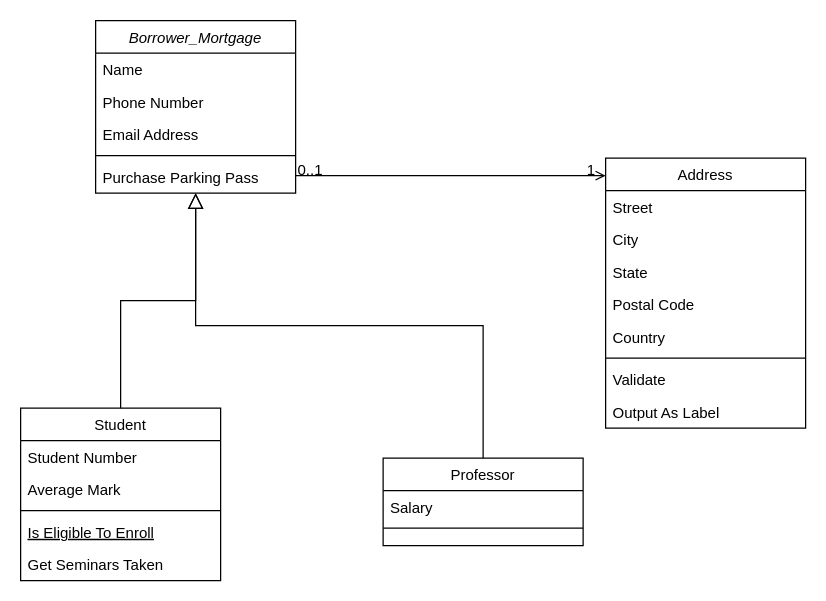
zahed3795/AI_QA_Testing keeps this draw.io diagram as Untitled Diagram.drawio. Above is the earlier version. Source tidied: cells renumbered, new cells numbered last; positions are measured from the earlier drawing's top-left corner, leaving out a move shared by most shapes. Both pictures are drawn from the tidied source at 125%, with x=0, y=0 at pixel (20, 20).
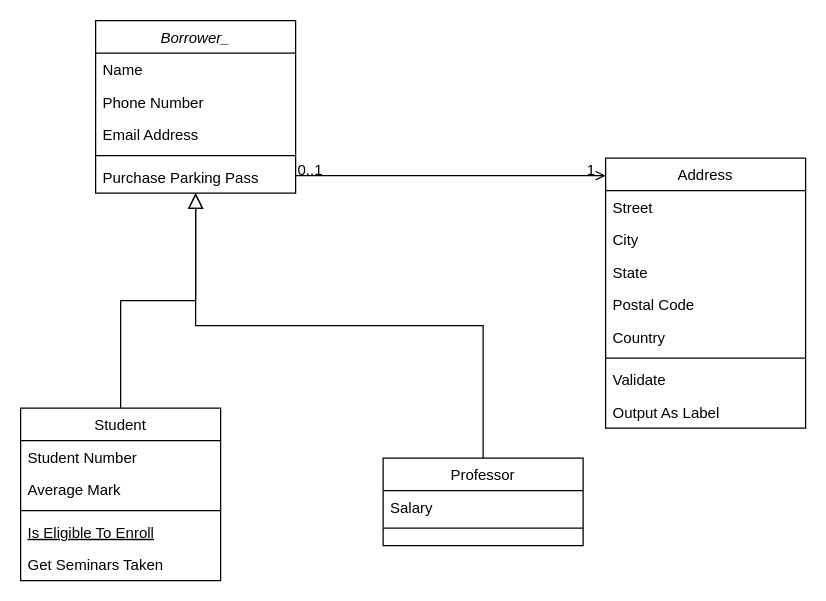
After the change.

The edit, as a diff of the source:
```diff
@@
-    <mxCell id="2" value="Borrower_Mortgage" style="swimlane;fontStyle=2;align=center;verticalAlign=top;horizontal=1;startSize=26;rounded=0;shadow=0;strokeWidth=1;" parent="1" vertex="1">
+    <mxCell id="2" value="Borrower_ " style="swimlane;fontStyle=2;align=center;verticalAlign=top;horizontal=1;startSize=26;rounded=0;shadow=0;strokeWidth=1;" parent="1" vertex="1">
       <mxGeometry x="60" width="160" height="138" as="geometry" />
     </mxCell>
```
